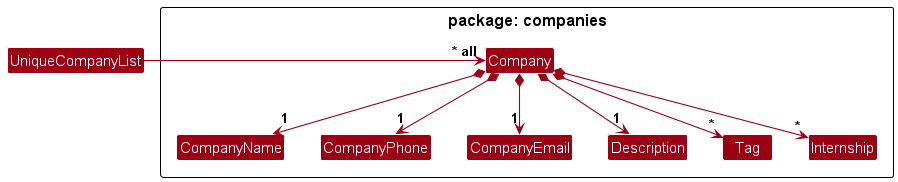
oeggy03/tp keeps this PlantUML diagram as docs/images/CompanyModelDiagram.png. Above is the earlier version.
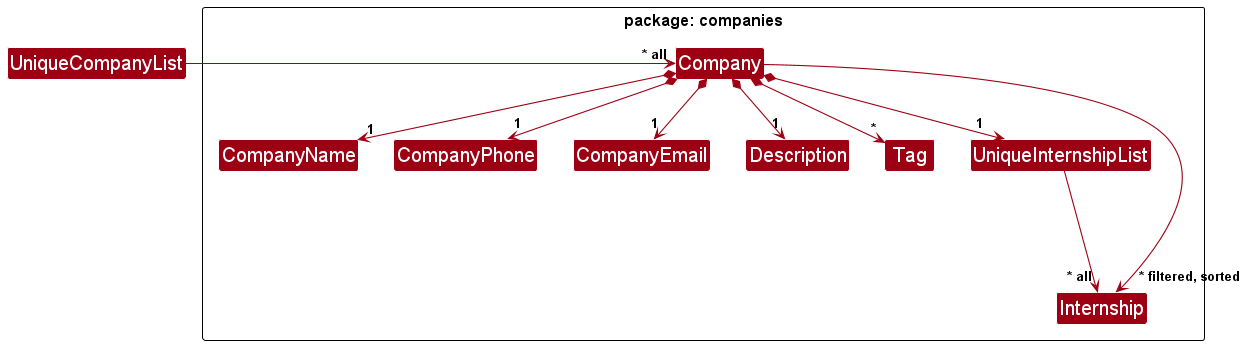
The same diagram one commit later.

Diff of the diagram source:
```diff
@@ -13,6 +13,7 @@
 Class CompanyEmail
 Class Description
 Class Tag
+Class UniqueInternshipList
 Class Internship
 }
 
@@ -23,6 +24,9 @@
 Company *--> "1" CompanyEmail
 Company *--> "1" Description
 Company *--> "*" Tag
-Company *--> "*" Internship
+Company *--> "1" UniqueInternshipList
+Company --> "~* filtered, sorted" Internship
+UniqueInternshipList ---> "~* all" Internship
+
 
 @enduml
```
